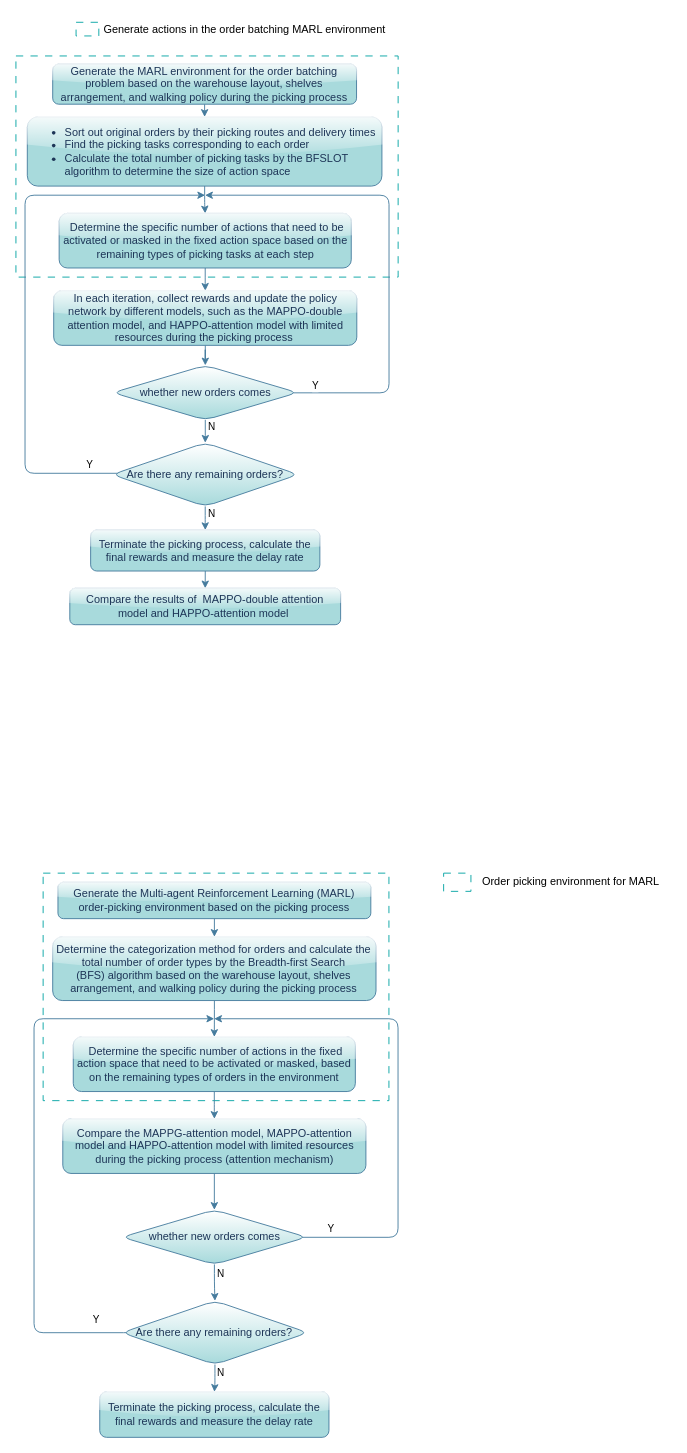
This is 未命名绘图.drawio from xfl11/xfliu, a draw.io file, before an edit. Source tidied: cells renumbered, new cells numbered last; positions are measured from the earlier drawing's top-left corner, leaving out a move shared by most shapes. Both pictures are drawn from the tidied source at 91%, with x=0, y=0 at pixel (15, 15).
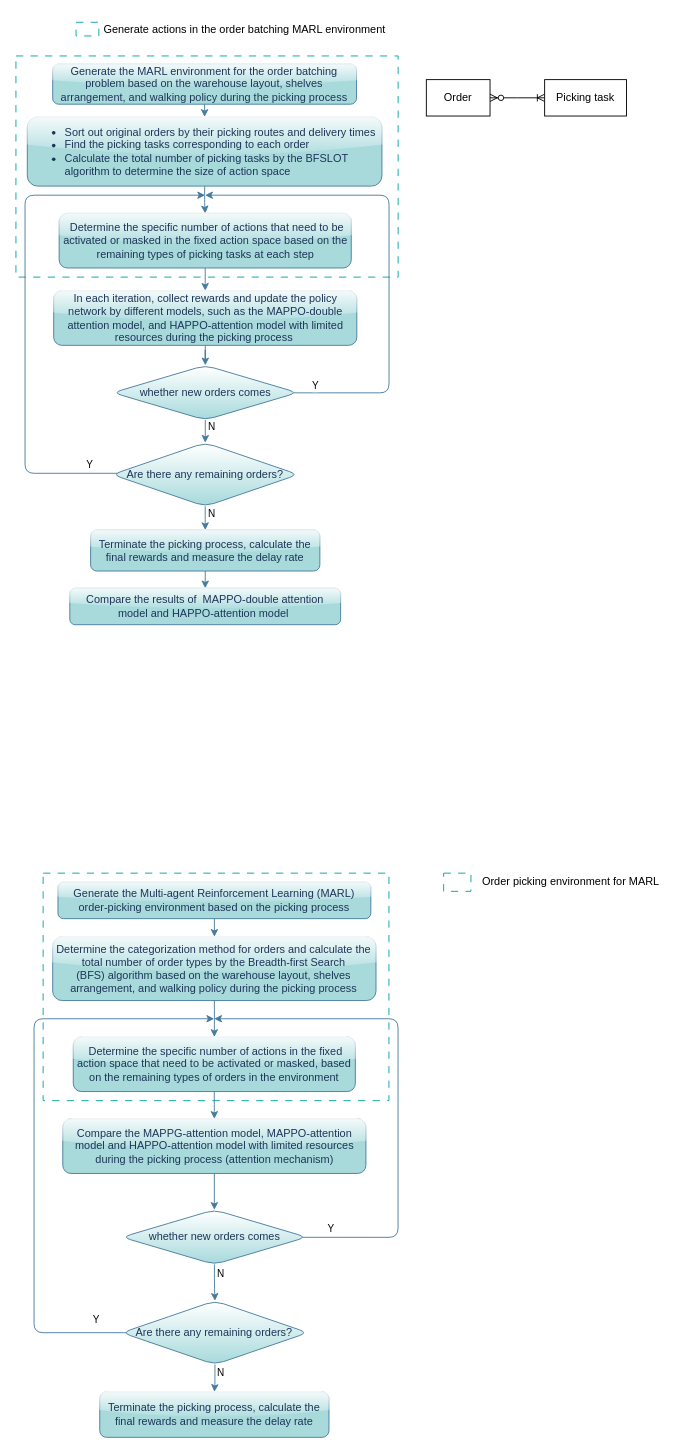
The same page after the edit.

Commit message:
更新未命名绘图.drawio

What changed in the source:
```diff
@@
+    <mxCell id="48" style="edgeStyle=entityRelationEdgeStyle;fontSize=12;html=1;endArrow=ERoneToMany;startArrow=ERzeroToMany;rounded=0;entryX=0;entryY=0.5;entryDx=0;entryDy=0;exitX=1;exitY=0.5;exitDx=0;exitDy=0;" parent="1" edge="1" source="50" target="49">
+      <mxGeometry relative="1" as="geometry" />
+    </mxCell>
+    <mxCell id="49" value="Picking task" style="rounded=0;whiteSpace=wrap;html=1;" parent="1" vertex="1">
+      <mxGeometry x="581" y="71" width="90" height="40" as="geometry" />
+    </mxCell>
+    <mxCell id="50" value="Order" style="rounded=0;whiteSpace=wrap;html=1;" parent="1" vertex="1">
+      <mxGeometry x="451" y="71" width="70" height="40" as="geometry" />
+    </mxCell>
+    <mxCell id="51" style="edgeStyle=orthogonalEdgeStyle;rounded=0;orthogonalLoop=1;jettySize=auto;html=1;exitX=0.5;exitY=1;exitDx=0;exitDy=0;" parent="1" edge="1" source="49" target="49">
+      <mxGeometry relative="1" as="geometry" />
+    </mxCell>
```
